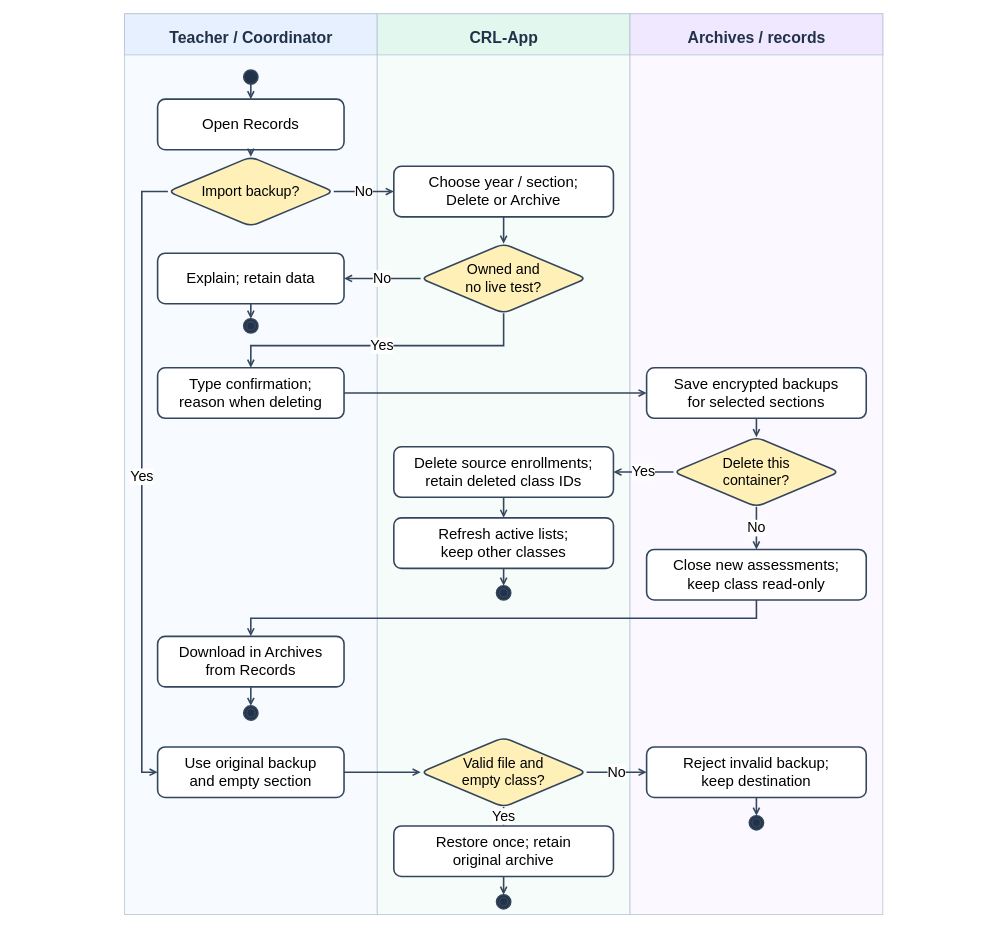
This is docs/diagrams/class-workspaces/figure-23-section-archive.drawio from AkuSayangKamuJudaSayang/crl-app, a draw.io file, before an edit. Source tidied: cells renumbered, new cells numbered last; positions are measured from the earlier drawing's top-left corner, leaving out a move shared by most shapes. Both pictures are drawn from the tidied source at 79%, with x=0, y=0 at pixel (13, 13).
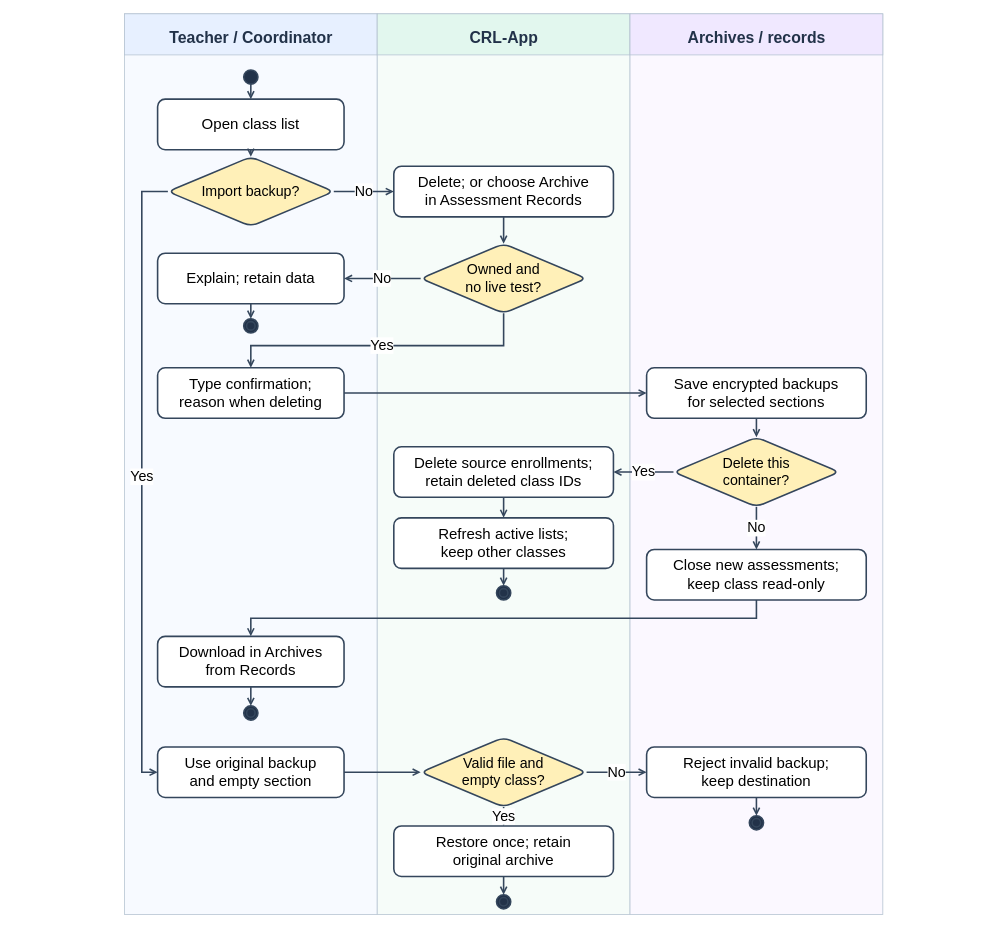
The same page after the edit.

Change to the diagram source:
```diff
@@
-    <mxCell id="12" value="Open Records" style="rounded=1;whiteSpace=wrap;html=1;fillColor=#ffffff;strokeColor=#34465c;strokeWidth=2;fontSize=19;" parent="1" vertex="1">
+    <mxCell id="12" value="Open class list" style="rounded=1;whiteSpace=wrap;html=1;fillColor=#ffffff;strokeColor=#34465c;strokeWidth=2;fontSize=19;" parent="1" vertex="1">
       <mxGeometry x="182" y="108" width="236" height="64" as="geometry" />
     </mxCell>
@@
-    <mxCell id="14" value="Choose year / section;&lt;br&gt;Delete or Archive" style="rounded=1;whiteSpace=wrap;html=1;fillColor=#ffffff;strokeColor=#34465c;strokeWidth=2;fontSize=19;" parent="1" vertex="1">
+    <mxCell id="14" value="Delete; or choose Archive&lt;br&gt;in Assessment Records" style="rounded=1;whiteSpace=wrap;html=1;fillColor=#ffffff;strokeColor=#34465c;strokeWidth=2;fontSize=19;" parent="1" vertex="1">
       <mxGeometry x="481" y="193" width="278" height="64" as="geometry" />
     </mxCell>
```
